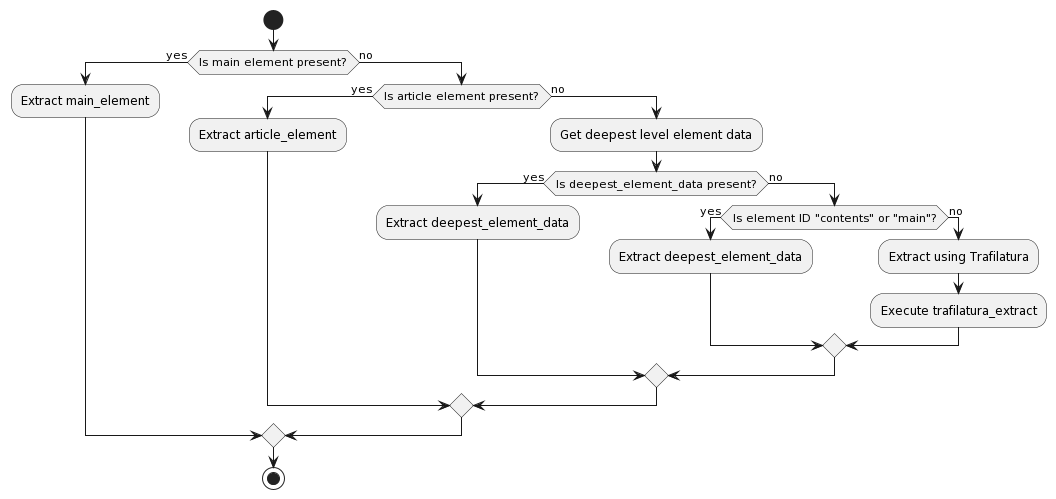
Above: content_extraction_sequence.png in HawkClaws/main_content_extractor (PlantUML), before the change.
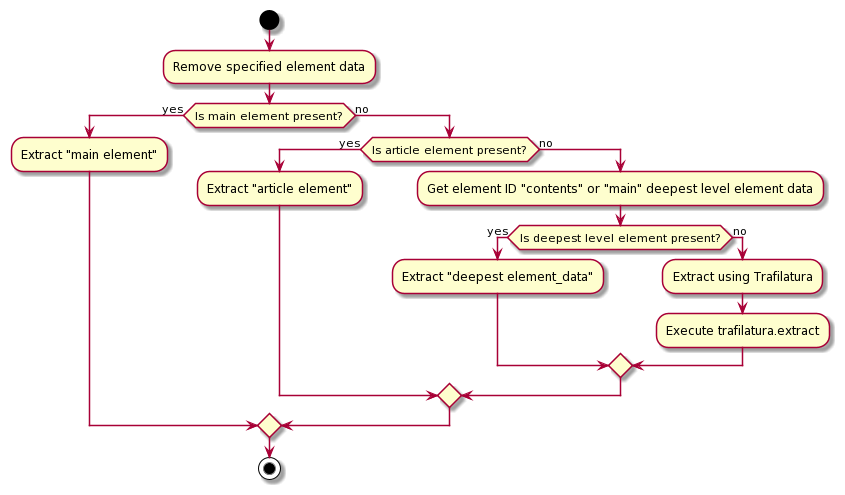
Later version of the same file.

Change to the diagram source:
```diff
@@ -1,21 +1,18 @@
 @startuml
 start
+:Remove specified element data;
 if (Is main element present?) then (yes)
-  :Extract main_element;
+  :Extract "main element";
 else (no)
   if (Is article element present?) then (yes)
-    :Extract article_element;
+    :Extract "article element";
   else (no)
-    :Get deepest level element data;
-    if (Is deepest_element_data present?) then (yes)
-      :Extract deepest_element_data;
+    :Get element ID "contents" or "main" deepest level element data;
+    if (Is deepest level element present?) then (yes)
+      :Extract "deepest element_data";
     else (no)
-      if (Is element ID "contents" or "main"?) then (yes)
-        :Extract deepest_element_data;
-      else (no)
-        :Extract using Trafilatura;
-        :Execute trafilatura_extract;
-      endif
+      :Extract using Trafilatura;
+      :Execute trafilatura.extract;
     endif
   endif
 endif
```
